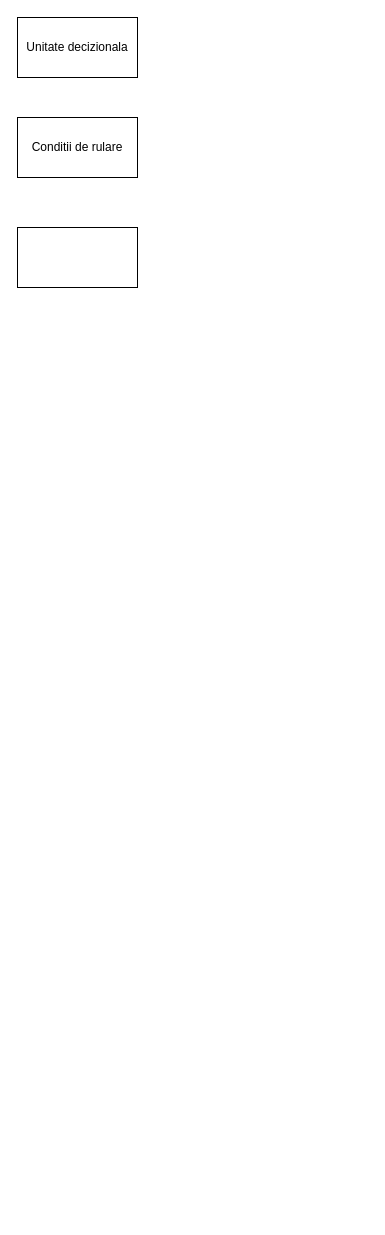
Before: schema-concept.drawio in PumpKPie/quadruped-development, a draw.io diagram. Source tidied: cells renumbered, new cells numbered last; positions are measured from the earlier drawing's top-left corner, leaving out a move shared by most shapes. Both pictures are drawn from the tidied source at 100%, with x=0, y=0 at pixel (17, 17).
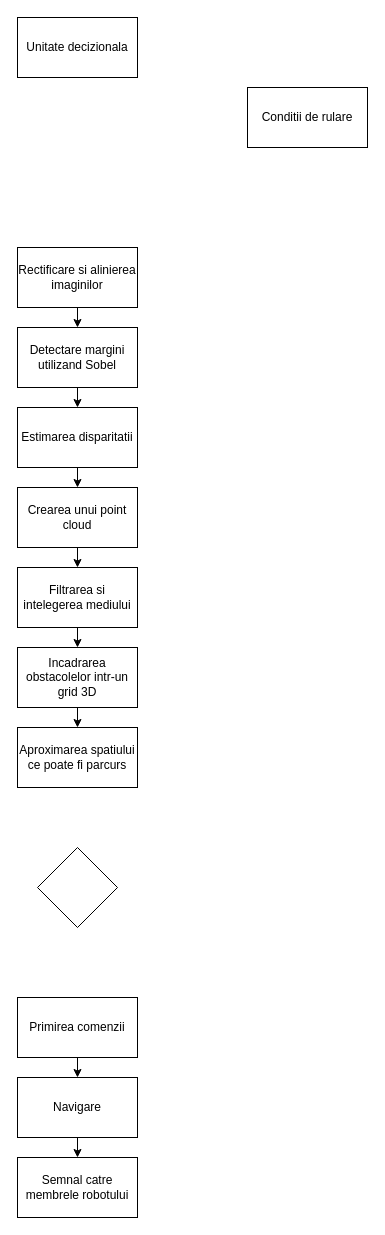
Above is the later version.

Change to the diagram source:
```diff
@@
     <mxCell id="3" value="Conditii de rulare" style="rounded=0;whiteSpace=wrap;html=1;" parent="1" vertex="1">
-      <mxGeometry y="100" width="120" height="60" as="geometry" />
+      <mxGeometry x="230" y="70" width="120" height="60" as="geometry" />
     </mxCell>
+    <mxCell id="5" style="edgeStyle=orthogonalEdgeStyle;rounded=0;jettySize=auto;html=1;exitX=0.5;exitY=1;exitDx=0;exitDy=0;entryX=0.5;entryY=0;entryDx=0;entryDy=0;" parent="1" edge="1" source="4" target="7">
+      <mxGeometry relative="1" as="geometry" />
+    </mxCell>
-    <mxCell id="4" style="rounded=0;whiteSpace=wrap;html=1;" parent="1" vertex="1">
-      <mxGeometry y="210" width="120" height="60" as="geometry" />
+    <mxCell id="4" value="Rectificare si alinierea imaginilor" style="rounded=0;whiteSpace=wrap;html=1;" parent="1" vertex="1">
+      <mxGeometry y="230" width="120" height="60" as="geometry" />
     </mxCell>
+    <mxCell id="6" style="edgeStyle=orthogonalEdgeStyle;rounded=0;jettySize=auto;html=1;exitX=0.5;exitY=1;exitDx=0;exitDy=0;entryX=0.5;entryY=0;entryDx=0;entryDy=0;" parent="1" edge="1" source="7" target="9">
+      <mxGeometry relative="1" as="geometry" />
+    </mxCell>
+    <mxCell id="7" value="Detectare margini utilizand Sobel" style="rounded=0;whiteSpace=wrap;html=1;" parent="1" vertex="1">
+      <mxGeometry y="310" width="120" height="60" as="geometry" />
+    </mxCell>
+    <mxCell id="8" style="edgeStyle=orthogonalEdgeStyle;rounded=0;jettySize=auto;html=1;exitX=0.5;exitY=1;exitDx=0;exitDy=0;entryX=0.5;entryY=0;entryDx=0;entryDy=0;" parent="1" edge="1" source="9" target="11">
+      <mxGeometry relative="1" as="geometry" />
+    </mxCell>
+    <mxCell id="9" value="Estimarea disparitatii" style="rounded=0;whiteSpace=wrap;html=1;" parent="1" vertex="1">
+      <mxGeometry y="390" width="120" height="60" as="geometry" />
+    </mxCell>
+    <mxCell id="10" style="edgeStyle=orthogonalEdgeStyle;rounded=0;jettySize=auto;html=1;exitX=0.5;exitY=1;exitDx=0;exitDy=0;entryX=0.5;entryY=0;entryDx=0;entryDy=0;" parent="1" edge="1" source="11" target="13">
+      <mxGeometry relative="1" as="geometry" />
+    </mxCell>
+    <mxCell id="11" value="Crearea unui point cloud" style="rounded=0;whiteSpace=wrap;html=1;" parent="1" vertex="1">
+      <mxGeometry y="470" width="120" height="60" as="geometry" />
+    </mxCell>
+    <mxCell id="12" style="edgeStyle=orthogonalEdgeStyle;rounded=0;jettySize=auto;html=1;exitX=0.5;exitY=1;exitDx=0;exitDy=0;entryX=0.5;entryY=0;entryDx=0;entryDy=0;" parent="1" edge="1" source="13" target="15">
+      <mxGeometry relative="1" as="geometry" />
+    </mxCell>
+    <mxCell id="13" value="Filtrarea si intelegerea mediului" style="rounded=0;whiteSpace=wrap;html=1;" parent="1" vertex="1">
+      <mxGeometry y="550" width="120" height="60" as="geometry" />
+    </mxCell>
+    <mxCell id="14" style="edgeStyle=orthogonalEdgeStyle;rounded=0;jettySize=auto;html=1;exitX=0.5;exitY=1;exitDx=0;exitDy=0;entryX=0.5;entryY=0;entryDx=0;entryDy=0;" parent="1" edge="1" source="15" target="16">
+      <mxGeometry relative="1" as="geometry" />
+    </mxCell>
+    <mxCell id="15" value="Incadrarea obstacolelor intr-un grid 3D" style="rounded=0;whiteSpace=wrap;html=1;" parent="1" vertex="1">
+      <mxGeometry y="630" width="120" height="60" as="geometry" />
+    </mxCell>
+    <mxCell id="16" value="Aproximarea spatiului ce poate fi parcurs" style="rounded=0;whiteSpace=wrap;html=1;" parent="1" vertex="1">
+      <mxGeometry y="710" width="120" height="60" as="geometry" />
+    </mxCell>
+    <mxCell id="17" style="edgeStyle=orthogonalEdgeStyle;rounded=0;jettySize=auto;html=1;exitX=0.5;exitY=1;exitDx=0;exitDy=0;entryX=0.5;entryY=0;entryDx=0;entryDy=0;" parent="1" edge="1" source="18" target="20">
+      <mxGeometry relative="1" as="geometry" />
+    </mxCell>
+    <mxCell id="18" value="Primirea comenzii" style="rounded=0;whiteSpace=wrap;html=1;" parent="1" vertex="1">
+      <mxGeometry y="980" width="120" height="60" as="geometry" />
+    </mxCell>
+    <mxCell id="19" style="edgeStyle=orthogonalEdgeStyle;rounded=0;jettySize=auto;html=1;exitX=0.5;exitY=1;exitDx=0;exitDy=0;entryX=0.5;entryY=0;entryDx=0;entryDy=0;" parent="1" edge="1" source="20" target="21">
+      <mxGeometry relative="1" as="geometry" />
+    </mxCell>
+    <mxCell id="20" value="Navigare" style="rounded=0;whiteSpace=wrap;html=1;" parent="1" vertex="1">
+      <mxGeometry y="1060" width="120" height="60" as="geometry" />
+    </mxCell>
+    <mxCell id="21" value="Semnal catre membrele robotului" style="rounded=0;whiteSpace=wrap;html=1;" parent="1" vertex="1">
+      <mxGeometry y="1140" width="120" height="60" as="geometry" />
+    </mxCell>
+    <mxCell id="22" style="rhombus;whiteSpace=wrap;html=1;" parent="1" vertex="1">
+      <mxGeometry x="20" y="830" width="80" height="80" as="geometry" />
+    </mxCell>
```
